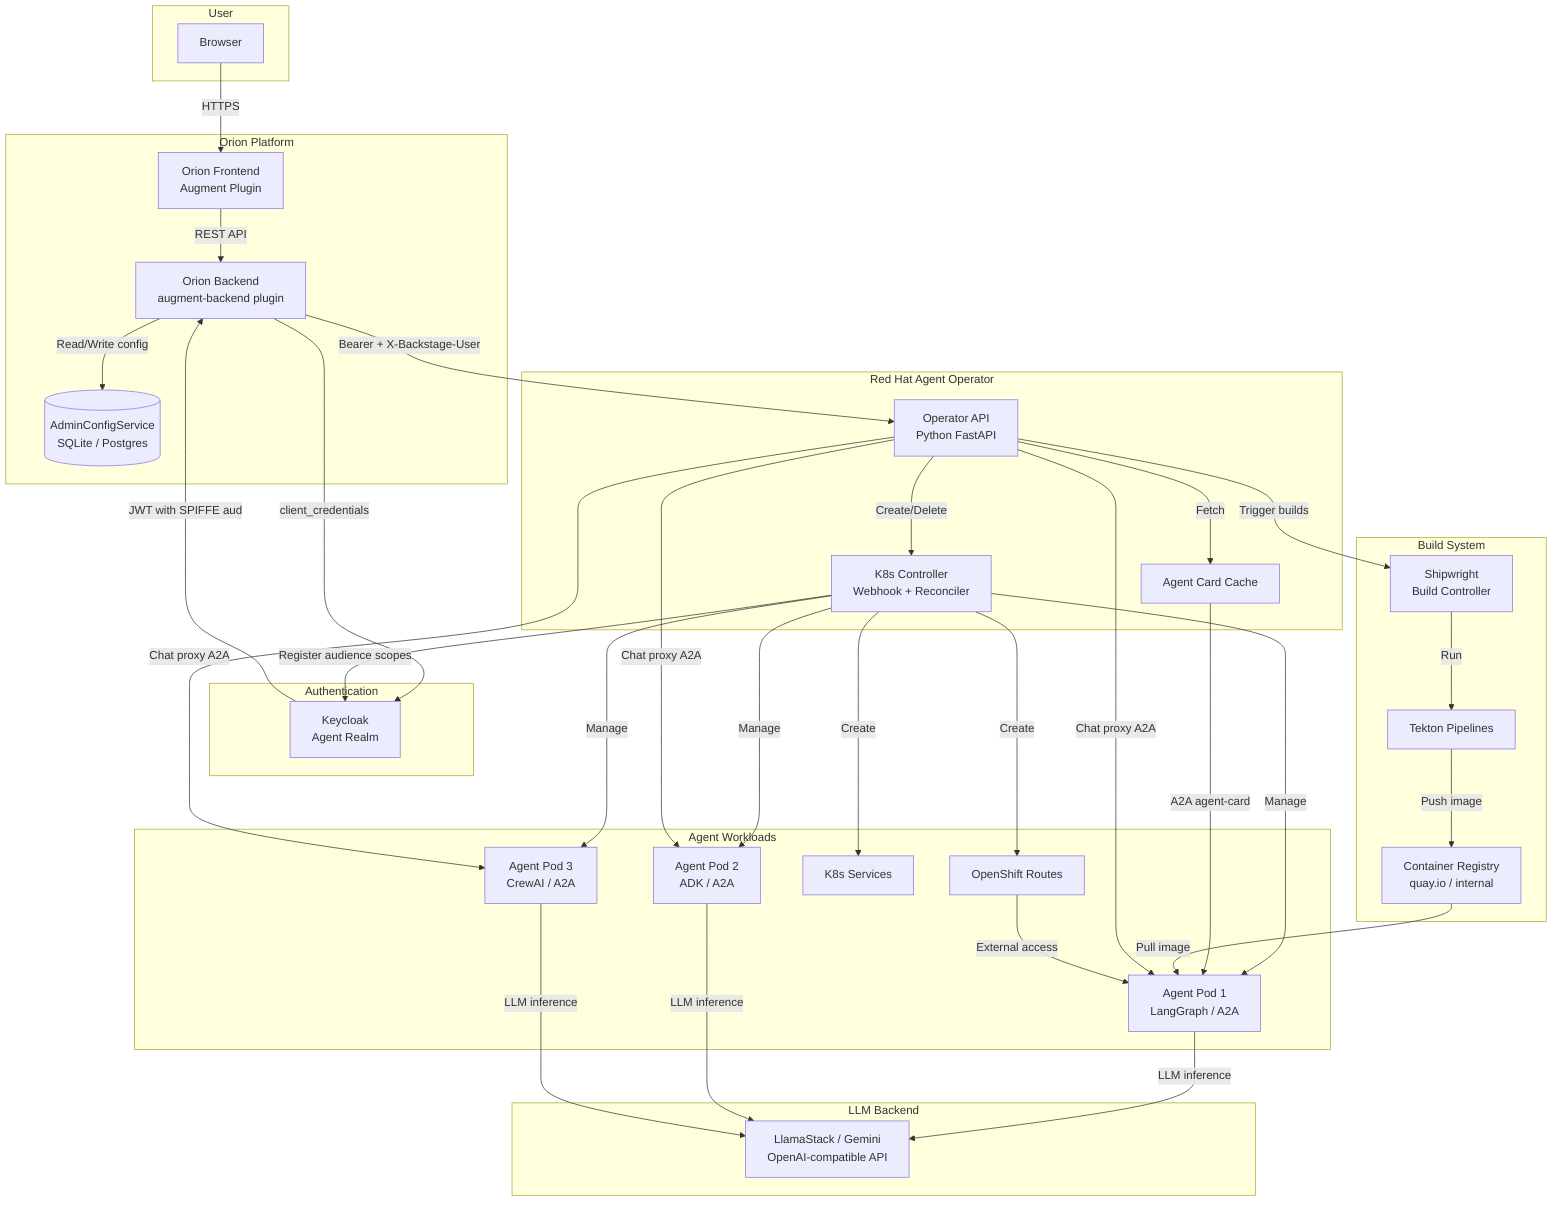
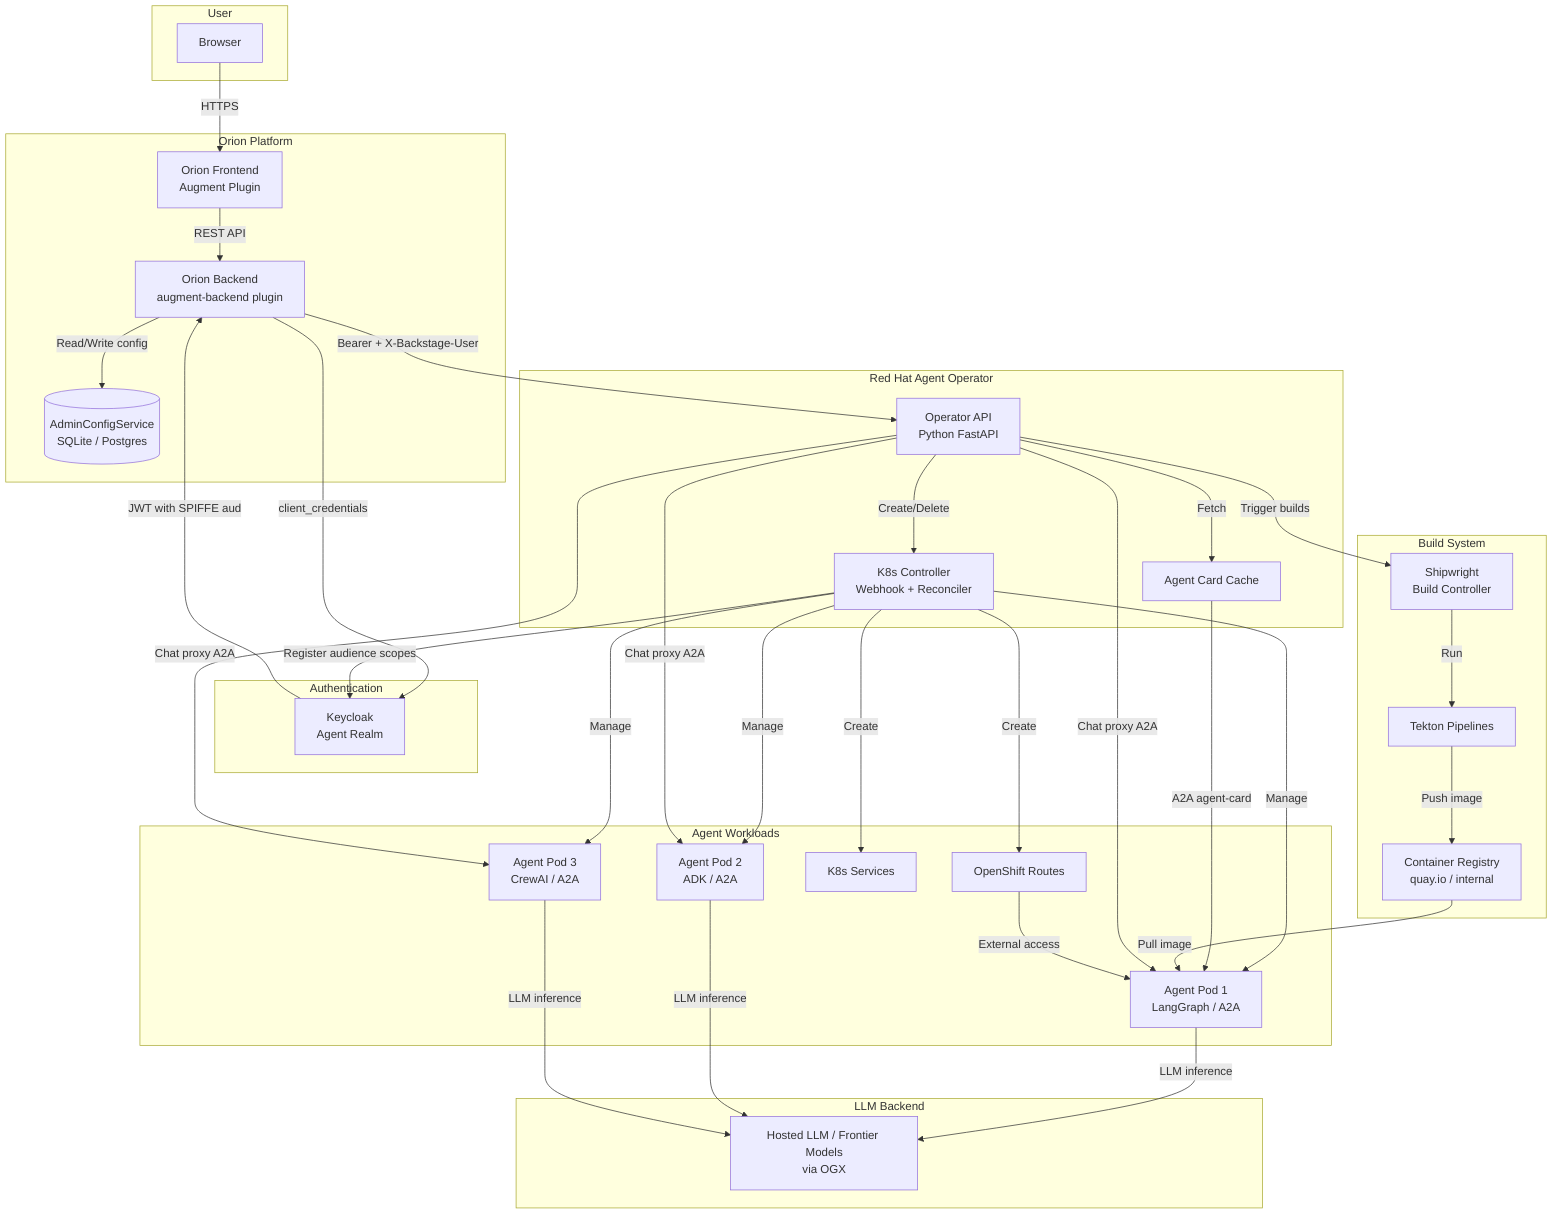
flowchart TB
    subgraph user [User]
        Browser[Browser]
    end

    subgraph orion [Orion Platform]
        Frontend[Orion Frontend<br/>Augment Plugin]
        Backend[Orion Backend<br/>augment-backend plugin]
        DB[(AdminConfigService<br/>SQLite / Postgres)]
    end

    subgraph auth [Authentication]
        KC[Keycloak<br/>Agent Realm]
    end

    subgraph rhao [Red Hat Agent Operator]
        API[Operator API<br/>Python FastAPI]
        Controller[K8s Controller<br/>Webhook + Reconciler]
        CardCache[Agent Card Cache]
    end

    subgraph builds [Build System]
        SW[Shipwright<br/>Build Controller]
        Tekton[Tekton Pipelines]
        Registry[Container Registry<br/>quay.io / internal]
    end

    subgraph workloads [Agent Workloads]
        Agent1[Agent Pod 1<br/>LangGraph / A2A]
        Agent2[Agent Pod 2<br/>ADK / A2A]
        Agent3[Agent Pod 3<br/>CrewAI / A2A]
        Svc[K8s Services]
        Route[OpenShift Routes]
    end

    subgraph llm [LLM Backend]
-         LLMStack[LlamaStack / Gemini<br/>OpenAI-compatible API]
+         LLMStack[Hosted LLM / Frontier Models<br/>via OGX]
    end

    Browser -->|HTTPS| Frontend
    Frontend -->|REST API| Backend
    Backend -->|client_credentials| KC
    KC -->|JWT with SPIFFE aud| Backend
    Backend -->|Bearer + X-Backstage-User| API
    Backend -->|Read/Write config| DB

    API -->|Create/Delete| Controller
    Controller -->|Manage| Agent1
    Controller -->|Manage| Agent2
    Controller -->|Manage| Agent3
    Controller -->|Create| Svc
    Controller -->|Create| Route
    Controller -->|Register audience scopes| KC
    API -->|Fetch| CardCache
    CardCache -->|A2A agent-card| Agent1

    API -->|Trigger builds| SW
    SW -->|Run| Tekton
    Tekton -->|Push image| Registry
    Registry -->|Pull image| Agent1

    Agent1 -->|LLM inference| LLMStack
    Agent2 -->|LLM inference| LLMStack
    Agent3 -->|LLM inference| LLMStack

    API -->|Chat proxy A2A| Agent1
    API -->|Chat proxy A2A| Agent2
    API -->|Chat proxy A2A| Agent3

    Route -->|External access| Agent1
